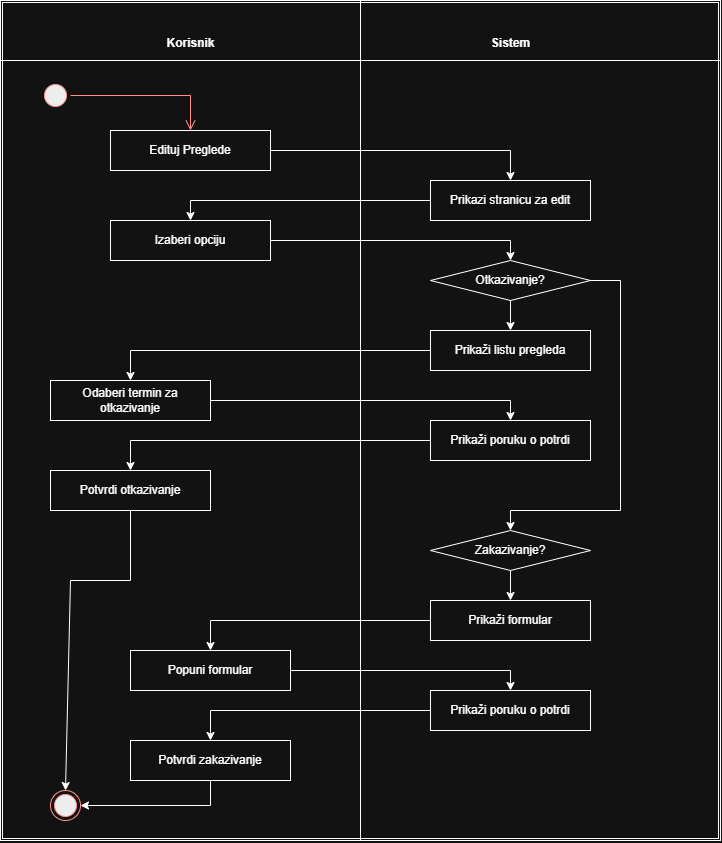
Before: docs/UML/Aktivnosti/Upravljanje_terminima.png, a diagram exported from draw.io (acailic02/matf-hospital-informational-system). Source tidied: cells renumbered, new cells last; positions are measured from the earlier drawing's top-left corner, leaving out a move shared by most shapes.
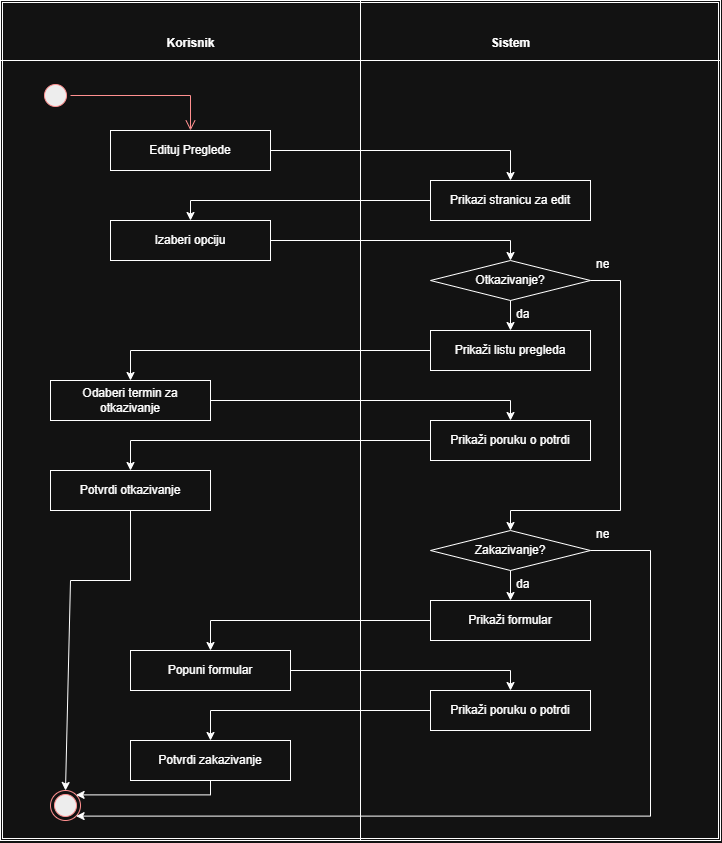
The same file after the commit.

Commit message:
docs: refine appointment activity diagram

Change to the diagram source:
```diff
@@ -143,10 +143,10 @@
     <mxCell id="34" style="ellipse;html=1;shape=endState;fillColor=#000000;strokeColor=#ff0000;" parent="1" vertex="1">
       <mxGeometry x="50" y="790" width="30" height="30" as="geometry" />
     </mxCell>
-    <mxCell id="35" style="endArrow=classic;html=1;rounded=0;defaultLabelBackgroundColor=page;labelPadding=0 4;exitX=0.5;exitY=1;exitDx=0;exitDy=0;entryX=1;entryY=0.5;entryDx=0;entryDy=0;" parent="1" edge="1" source="21" target="34">
+    <mxCell id="35" style="endArrow=classic;html=1;rounded=0;defaultLabelBackgroundColor=page;labelPadding=0 4;exitX=0.5;exitY=1;exitDx=0;exitDy=0;entryX=1;entryY=0;entryDx=0;entryDy=0;" parent="1" edge="1" source="21" target="34">
       <mxGeometry relative="1" as="geometry">
         <Array as="points">
-          <mxPoint x="210" y="805" />
+          <mxPoint x="210" y="794.4" />
         </Array>
       </mxGeometry>
     </mxCell>
@@ -158,5 +158,25 @@
         </Array>
       </mxGeometry>
     </mxCell>
+    <mxCell id="37" style="endArrow=classic;html=1;rounded=0;defaultLabelBackgroundColor=page;labelPadding=0 4;entryX=1;entryY=1;entryDx=0;entryDy=0;exitX=1;exitY=0.5;exitDx=0;exitDy=0;" parent="1" edge="1" source="17" target="34">
+      <mxGeometry x="0.06" relative="1" as="geometry">
+        <Array as="points">
+          <mxPoint x="650" y="550" />
+          <mxPoint x="650" y="815.6" />
+        </Array>
+      </mxGeometry>
+    </mxCell>
+    <mxCell id="38" value="da" style="text;strokeColor=none;fillColor=none;align=left;verticalAlign=top;spacingLeft=4;spacingRight=4;overflow=hidden;whiteSpace=wrap;html=1;" parent="1" vertex="1">
+      <mxGeometry x="510" y="300" width="60" height="26" as="geometry" />
+    </mxCell>
+    <mxCell id="39" value="da" style="text;strokeColor=none;fillColor=none;align=left;verticalAlign=top;spacingLeft=4;spacingRight=4;overflow=hidden;whiteSpace=wrap;html=1;" parent="1" vertex="1">
+      <mxGeometry x="510" y="570" width="60" height="26" as="geometry" />
+    </mxCell>
+    <mxCell id="40" value="ne" style="text;strokeColor=none;fillColor=none;align=left;verticalAlign=top;spacingLeft=4;spacingRight=4;overflow=hidden;whiteSpace=wrap;html=1;" parent="1" vertex="1">
+      <mxGeometry x="590" y="520" width="60" height="26" as="geometry" />
+    </mxCell>
+    <mxCell id="41" value="ne" style="text;strokeColor=none;fillColor=none;align=left;verticalAlign=top;spacingLeft=4;spacingRight=4;overflow=hidden;whiteSpace=wrap;html=1;" parent="1" vertex="1">
+      <mxGeometry x="590" y="250" width="60" height="26" as="geometry" />
+    </mxCell>
   </root>
 </mxGraphModel>
```
